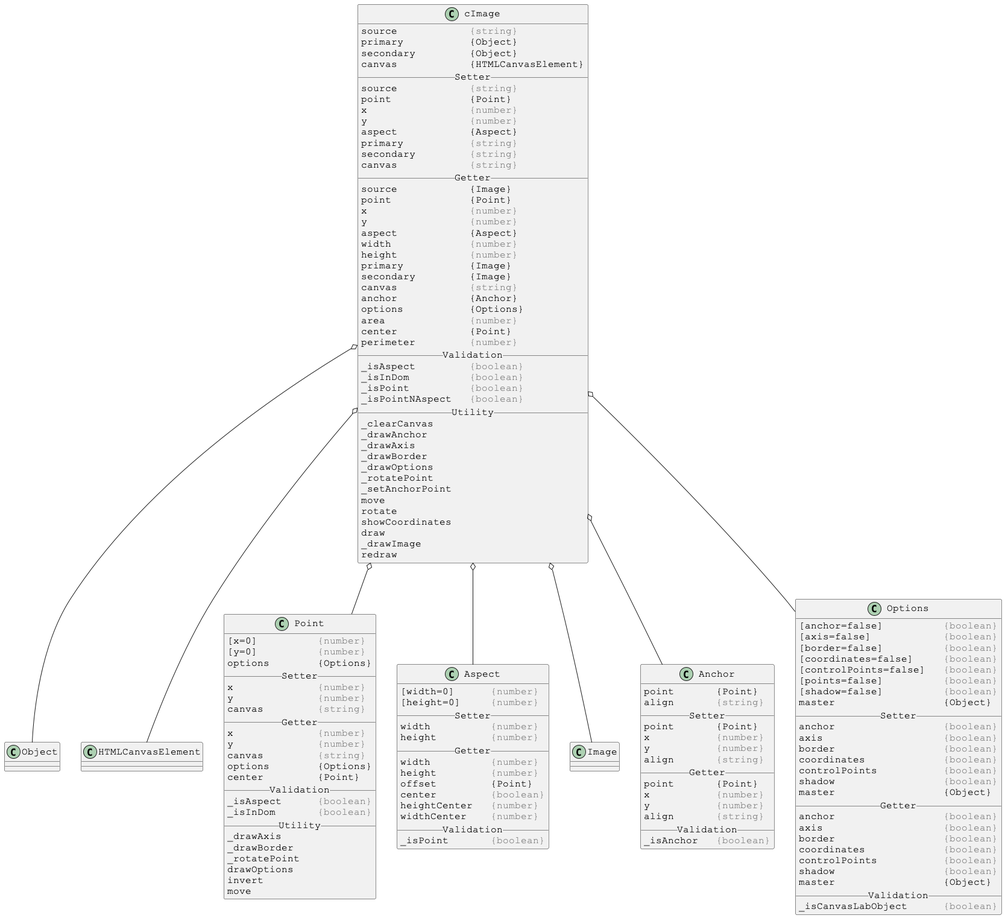
Above: docs/PlantUml/image/linked/cImage-linked.png in Justin-Byrne/canvasLab (PlantUML), before the change. Its diagram source:
```plantuml
@startuml

skinparam DefaultFontSize 16
skinparam DefaultFontName Courier New

class cImage {
source            <color:gray>{string}</color>
primary           {Object}
secondary         {Object}
canvas            {HTMLCanvasElement}
__ Setter __
source            <color:gray>{string}</color>
point             {Point}
x                 <color:gray>{number}</color>
y                 <color:gray>{number}</color>
aspect            {Aspect}
primary           <color:gray>{string}</color>
secondary         <color:gray>{string}</color>
canvas            <color:gray>{string}</color>
__ Getter __
source            {Image}
point             {Point}
x                 <color:gray>{number}</color>
y                 <color:gray>{number}</color>
aspect            {Aspect}
width             <color:gray>{number}</color>
height            <color:gray>{number}</color>
primary           {Image}
secondary         {Image}
canvas            <color:gray>{string}</color>
anchor            {Anchor}
options           {Options}
area              <color:gray>{number}</color>
center            {Point}
perimeter         <color:gray>{number}</color>
__ Validation __
_isAspect         <color:gray>{boolean}</color>
_isInDom          <color:gray>{boolean}</color>
_isPoint          <color:gray>{boolean}</color>
_isPointNAspect   <color:gray>{boolean}</color>
__ Utility __
_clearCanvas
_drawAnchor
_drawAxis
_drawBorder
_drawOptions
_rotatePoint
_setAnchorPoint
move
rotate
showCoordinates
draw
_drawImage
redraw
}

cImage o-- Object
cImage o-- HTMLCanvasElement
cImage o-- Point
cImage o-- Aspect
cImage o-- Image
cImage o-- Anchor
cImage o-- Options



skinparam DefaultFontSize 16
skinparam DefaultFontName Courier New

class Point {
[x=0]          <color:gray>{number}</color>
[y=0]          <color:gray>{number}</color>
options        {Options}
__ Setter __
x              <color:gray>{number}</color>
y              <color:gray>{number}</color>
canvas         <color:gray>{string}</color>
__ Getter __
x              <color:gray>{number}</color>
y              <color:gray>{number}</color>
canvas         <color:gray>{string}</color>
options        {Options}
center         {Point}
__ Validation __
_isAspect      <color:gray>{boolean}</color>
_isInDom       <color:gray>{boolean}</color>
__ Utility __
_drawAxis
_drawBorder
_rotatePoint
drawOptions
invert
move
}



skinparam DefaultFontSize 16
skinparam DefaultFontName Courier New

class Aspect {
[width=0]      <color:gray>{number}</color>
[height=0]     <color:gray>{number}</color>
__ Setter __
width          <color:gray>{number}</color>
height         <color:gray>{number}</color>
__ Getter __
width          <color:gray>{number}</color>
height         <color:gray>{number}</color>
offset         {Point}
center         <color:gray>{boolean}</color>
heightCenter   <color:gray>{number}</color>
widthCenter    <color:gray>{number}</color>
__ Validation __
_isPoint       <color:gray>{boolean}</color>
}



skinparam DefaultFontSize 16
skinparam DefaultFontName Courier New

class Anchor {
point       {Point}
align       <color:gray>{string}</color>
__ Setter __
point       {Point}
x           <color:gray>{number}</color>
y           <color:gray>{number}</color>
align       <color:gray>{string}</color>
__ Getter __
point       {Point}
x           <color:gray>{number}</color>
y           <color:gray>{number}</color>
align       <color:gray>{string}</color>
__ Validation __
_isAnchor   <color:gray>{boolean}</color>
}



skinparam DefaultFontSize 16
skinparam DefaultFontName Courier New

class Options {
[anchor=false]          <color:gray>{boolean}</color>
[axis=false]            <color:gray>{boolean}</color>
[border=false]          <color:gray>{boolean}</color>
[coordinates=false]     <color:gray>{boolean}</color>
[controlPoints=false]   <color:gray>{boolean}</color>
[points=false]          <color:gray>{boolean}</color>
[shadow=false]          <color:gray>{boolean}</color>
master                  {Object}
__ Setter __
anchor                  <color:gray>{boolean}</color>
axis                    <color:gray>{boolean}</color>
border                  <color:gray>{boolean}</color>
coordinates             <color:gray>{boolean}</color>
controlPoints           <color:gray>{boolean}</color>
shadow                  <color:gray>{boolean}</color>
master                  {Object}
__ Getter __
anchor                  <color:gray>{boolean}</color>
axis                    <color:gray>{boolean}</color>
border                  <color:gray>{boolean}</color>
coordinates             <color:gray>{boolean}</color>
controlPoints           <color:gray>{boolean}</color>
shadow                  <color:gray>{boolean}</color>
master                  {Object}
__ Validation __
_isCanvasLabObject      <color:gray>{boolean}</color>
}

@enduml
```
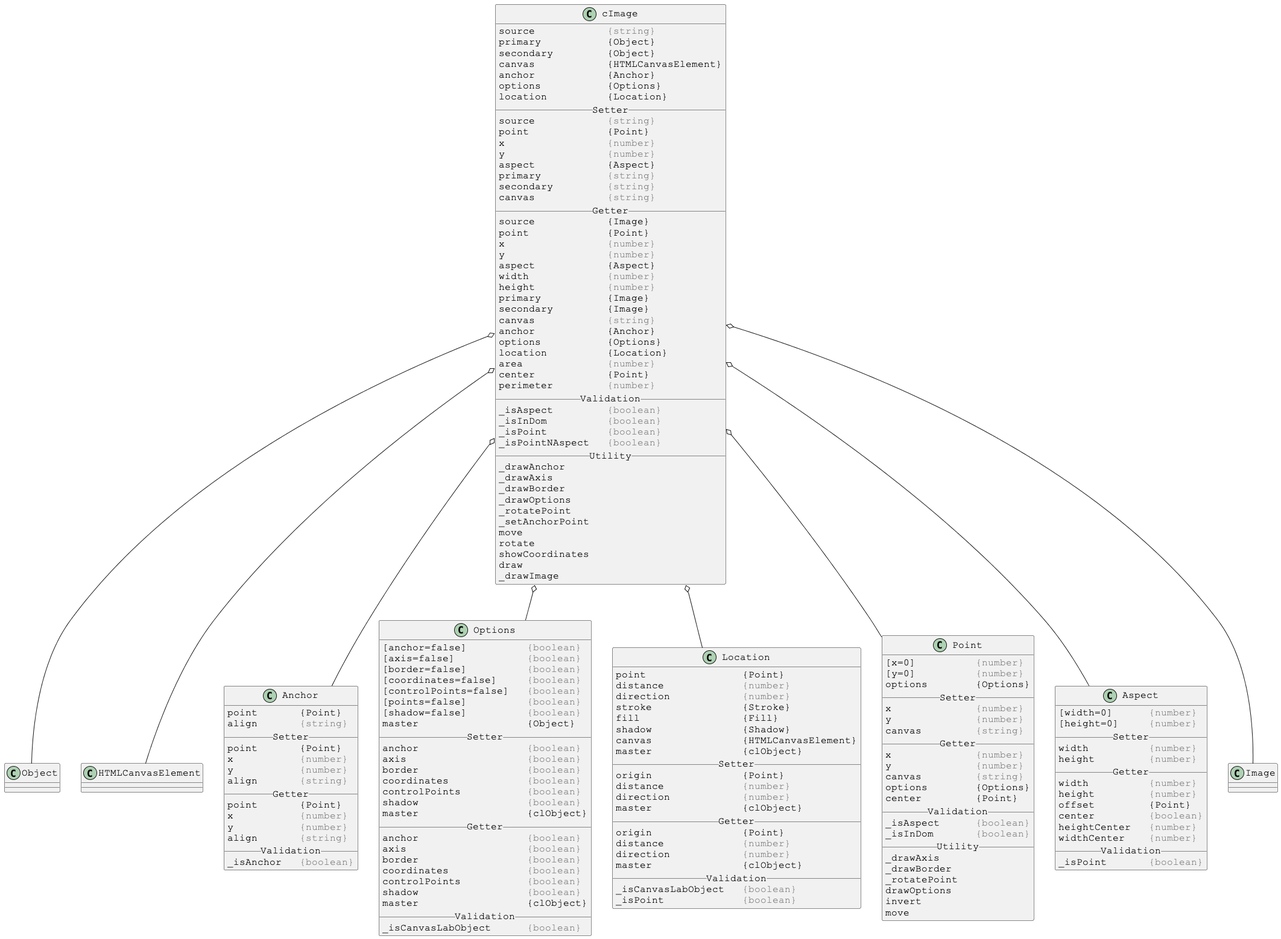
The same file after the commit.

Change to the diagram source:
```diff
@@ -8,6 +8,9 @@
 primary           {Object}
 secondary         {Object}
 canvas            {HTMLCanvasElement}
+anchor            {Anchor}
+options           {Options}
+location          {Location}
 __ Setter __
 source            <color:gray>{string}</color>
 point             {Point}
@@ -30,6 +33,7 @@
 canvas            <color:gray>{string}</color>
 anchor            {Anchor}
 options           {Options}
+location          {Location}
 area              <color:gray>{number}</color>
 center            {Point}
 perimeter         <color:gray>{number}</color>
@@ -39,7 +43,6 @@
 _isPoint          <color:gray>{boolean}</color>
 _isPointNAspect   <color:gray>{boolean}</color>
 __ Utility __
-_clearCanvas
 _drawAnchor
 _drawAxis
 _drawBorder
@@ -51,16 +54,101 @@
 showCoordinates
 draw
 _drawImage
-redraw
 }
 
 cImage o-- Object
 cImage o-- HTMLCanvasElement
+cImage o-- Anchor
+cImage o-- Options
+cImage o-- Location
 cImage o-- Point
 cImage o-- Aspect
 cImage o-- Image
-cImage o-- Anchor
-cImage o-- Options
+
+
+
+skinparam DefaultFontSize 16
+skinparam DefaultFontName Courier New
+
+class Anchor {
+point       {Point}
+align       <color:gray>{string}</color>
+__ Setter __
+point       {Point}
+x           <color:gray>{number}</color>
+y           <color:gray>{number}</color>
+align       <color:gray>{string}</color>
+__ Getter __
+point       {Point}
+x           <color:gray>{number}</color>
+y           <color:gray>{number}</color>
+align       <color:gray>{string}</color>
+__ Validation __
+_isAnchor   <color:gray>{boolean}</color>
+}
+
+
+
+skinparam DefaultFontSize 16
+skinparam DefaultFontName Courier New
+
+class Options {
+[anchor=false]          <color:gray>{boolean}</color>
+[axis=false]            <color:gray>{boolean}</color>
+[border=false]          <color:gray>{boolean}</color>
+[coordinates=false]     <color:gray>{boolean}</color>
+[controlPoints=false]   <color:gray>{boolean}</color>
+[points=false]          <color:gray>{boolean}</color>
+[shadow=false]          <color:gray>{boolean}</color>
+master                  {Object}
+__ Setter __
+anchor                  <color:gray>{boolean}</color>
+axis                    <color:gray>{boolean}</color>
+border                  <color:gray>{boolean}</color>
+coordinates             <color:gray>{boolean}</color>
+controlPoints           <color:gray>{boolean}</color>
+shadow                  <color:gray>{boolean}</color>
+master                  {clObject}
+__ Getter __
+anchor                  <color:gray>{boolean}</color>
+axis                    <color:gray>{boolean}</color>
+border                  <color:gray>{boolean}</color>
+coordinates             <color:gray>{boolean}</color>
+controlPoints           <color:gray>{boolean}</color>
+shadow                  <color:gray>{boolean}</color>
+master                  {clObject}
+__ Validation __
+_isCanvasLabObject      <color:gray>{boolean}</color>
+}
+
+
+
+skinparam DefaultFontSize 16
+skinparam DefaultFontName Courier New
+
+class Location {
+point                {Point}
+distance             <color:gray>{number}</color>
+direction            <color:gray>{number}</color>
+stroke               {Stroke}
+fill                 {Fill}
+shadow               {Shadow}
+canvas               {HTMLCanvasElement}
+master               {clObject}
+__ Setter __
+origin               {Point}
+distance             <color:gray>{number}</color>
+direction            <color:gray>{number}</color>
+master               {clObject}
+__ Getter __
+origin               {Point}
+distance             <color:gray>{number}</color>
+direction            <color:gray>{number}</color>
+master               {clObject}
+__ Validation __
+_isCanvasLabObject   <color:gray>{boolean}</color>
+_isPoint             <color:gray>{boolean}</color>
+}
 
 
 
@@ -115,60 +203,4 @@
 _isPoint       <color:gray>{boolean}</color>
 }
 
-
-
-skinparam DefaultFontSize 16
-skinparam DefaultFontName Courier New
-
-class Anchor {
-point       {Point}
-align       <color:gray>{string}</color>
-__ Setter __
-point       {Point}
-x           <color:gray>{number}</color>
-y           <color:gray>{number}</color>
-align       <color:gray>{string}</color>
-__ Getter __
-point       {Point}
-x           <color:gray>{number}</color>
-y           <color:gray>{number}</color>
-align       <color:gray>{string}</color>
-__ Validation __
-_isAnchor   <color:gray>{boolean}</color>
-}
-
-
-
-skinparam DefaultFontSize 16
-skinparam DefaultFontName Courier New
-
-class Options {
-[anchor=false]          <color:gray>{boolean}</color>
-[axis=false]            <color:gray>{boolean}</color>
-[border=false]          <color:gray>{boolean}</color>
-[coordinates=false]     <color:gray>{boolean}</color>
-[controlPoints=false]   <color:gray>{boolean}</color>
-[points=false]          <color:gray>{boolean}</color>
-[shadow=false]          <color:gray>{boolean}</color>
-master                  {Object}
-__ Setter __
-anchor                  <color:gray>{boolean}</color>
-axis                    <color:gray>{boolean}</color>
-border                  <color:gray>{boolean}</color>
-coordinates             <color:gray>{boolean}</color>
-controlPoints           <color:gray>{boolean}</color>
-shadow                  <color:gray>{boolean}</color>
-master                  {Object}
-__ Getter __
-anchor                  <color:gray>{boolean}</color>
-axis                    <color:gray>{boolean}</color>
-border                  <color:gray>{boolean}</color>
-coordinates             <color:gray>{boolean}</color>
-controlPoints           <color:gray>{boolean}</color>
-shadow                  <color:gray>{boolean}</color>
-master                  {Object}
-__ Validation __
-_isCanvasLabObject      <color:gray>{boolean}</color>
-}
-
 @enduml
```
